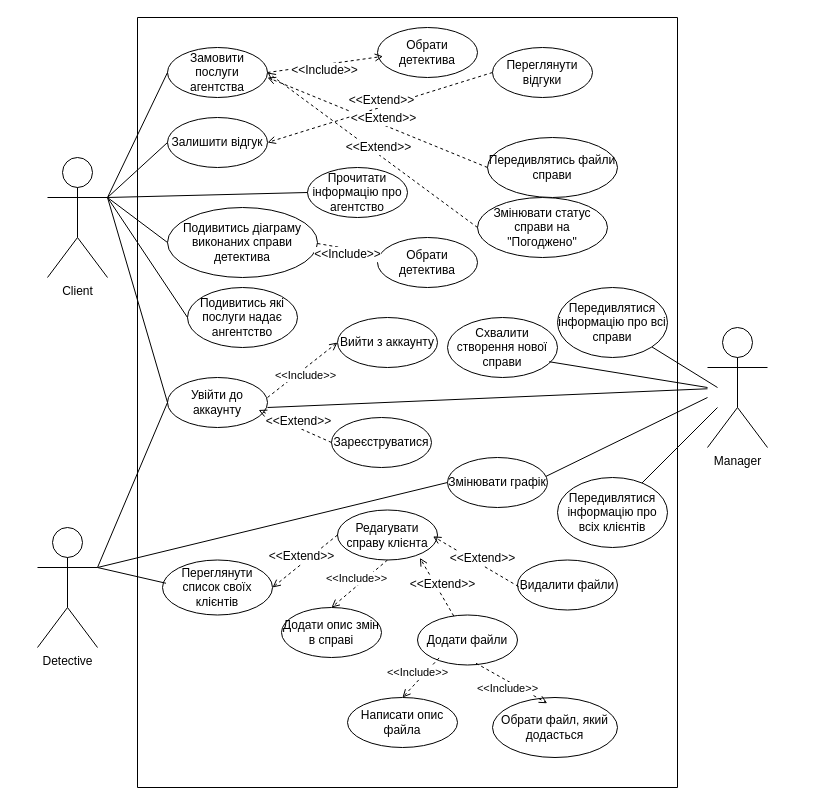
The draw.io diagram Преценденти.drawio in Blaxwo/detective_agency, before the edit. Source tidied: cells renumbered, new cells numbered last; positions are measured from the earlier drawing's top-left corner, leaving out a move shared by most shapes. Both pictures are drawn from the tidied source at 100%, with x=0, y=0 at pixel (37, 17).
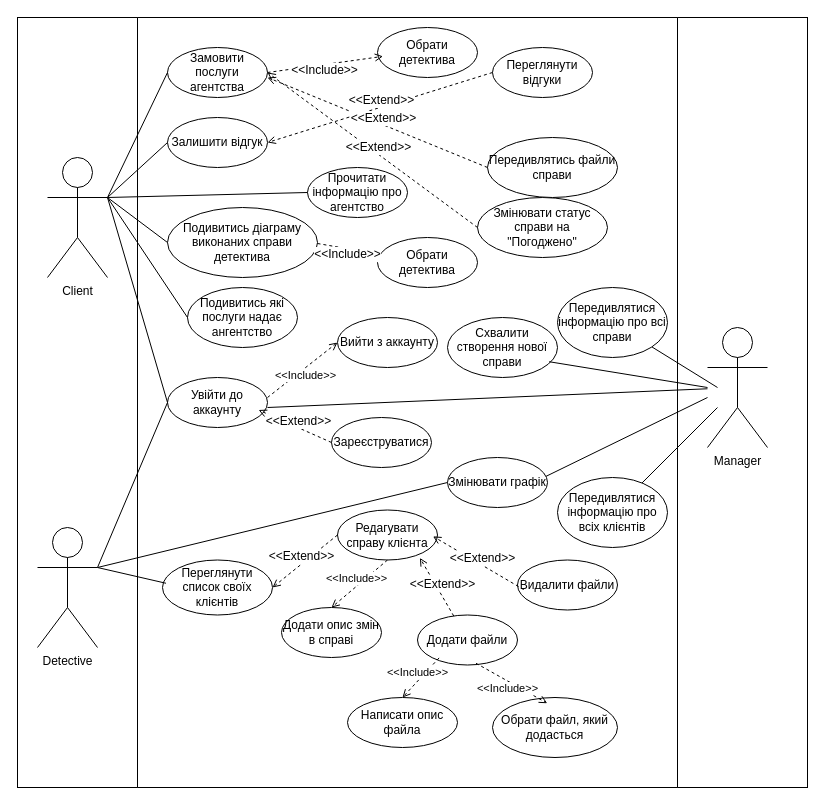
The same diagram, later.

The edit, as a diff of the source:
```diff
@@
-<mxGraphModel>
+<mxGraphModel background="#ffffff">
@@
+    <mxCell id="57" style="rounded=0;whiteSpace=wrap;html=1;" parent="1" vertex="1">
+      <mxGeometry x="640" width="130" height="770" as="geometry" />
+    </mxCell>
+    <mxCell id="58" style="rounded=0;whiteSpace=wrap;html=1;" parent="1" vertex="1">
+      <mxGeometry x="-20" width="120" height="770" as="geometry" />
+    </mxCell>
```
